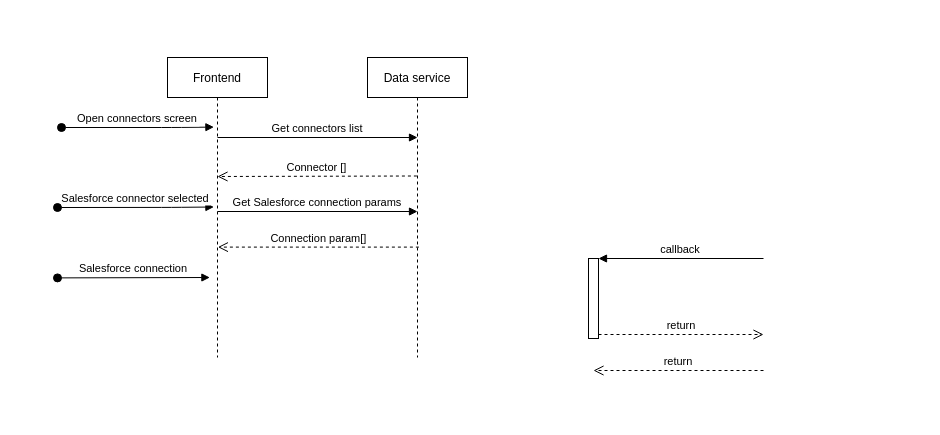
Above: Untitled Diagram.drawio in tamirble/nice_scripts (draw.io), before the change. Source tidied: cells renumbered, new cells numbered last; positions are measured from the earlier drawing's top-left corner, leaving out a move shared by most shapes. Both pictures are drawn from the tidied source at 100%, with x=0, y=0 at pixel (57, 57).
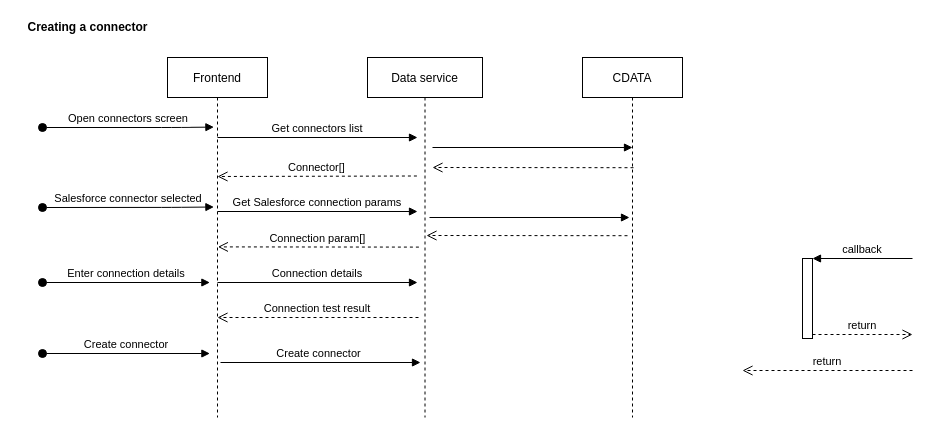
Above is the later version.

Diff of the diagram source:
```diff
@@
     <mxCell id="2" value="Frontend" style="shape=umlLifeline;perimeter=lifelinePerimeter;rounded=0;shadow=0;strokeWidth=1;" parent="1" vertex="1">
-      <mxGeometry x="110" width="100" height="300" as="geometry" />
+      <mxGeometry x="110" width="100" height="360" as="geometry" />
     </mxCell>
     <mxCell id="3" style="points=[];perimeter=orthogonalPerimeter;rounded=0;shadow=0;strokeWidth=1;" parent="2" vertex="1">
-      <mxGeometry x="421" y="201" width="10" height="80" as="geometry" />
+      <mxGeometry x="635" y="201" width="10" height="80" as="geometry" />
     </mxCell>
     <mxCell id="4" value="Data service" style="shape=umlLifeline;perimeter=lifelinePerimeter;rounded=0;shadow=0;strokeWidth=1;" parent="1" vertex="1">
-      <mxGeometry x="310" width="100" height="300" as="geometry" />
+      <mxGeometry x="310" width="115" height="360" as="geometry" />
     </mxCell>
+    <mxCell id="15" value="Connection test result" style="verticalAlign=bottom;endArrow=open;dashed=1;endSize=8;shadow=0;strokeWidth=1;entryX=0.504;entryY=0.632;entryDx=0;entryDy=0;entryPerimeter=0;exitX=0.514;exitY=0.632;exitDx=0;exitDy=0;exitPerimeter=0;" parent="4" edge="1">
+      <mxGeometry relative="1" as="geometry">
+        <mxPoint x="51" y="260" as="sourcePoint" />
+        <mxPoint x="-150" y="260" as="targetPoint" />
+      </mxGeometry>
+    </mxCell>
     <mxCell id="5" value="return" style="verticalAlign=bottom;endArrow=open;dashed=1;endSize=8;exitX=0;exitY=0.95;shadow=0;strokeWidth=1;" parent="1" edge="1">
       <mxGeometry relative="1" as="geometry">
-        <mxPoint x="706" y="313" as="sourcePoint" />
-        <mxPoint x="536" y="313" as="targetPoint" />
+        <mxPoint x="855" y="313" as="sourcePoint" />
+        <mxPoint x="685" y="313" as="targetPoint" />
       </mxGeometry>
     </mxCell>
@@
     <mxCell id="7" value="callback" style="verticalAlign=bottom;endArrow=block;entryX=1;entryY=0;shadow=0;strokeWidth=1;" parent="1" edge="1" target="3">
       <mxGeometry relative="1" as="geometry">
-        <mxPoint x="706" y="201" as="sourcePoint" />
+        <mxPoint x="855" y="201" as="sourcePoint" />
       </mxGeometry>
     </mxCell>
     <mxCell id="8" value="return" style="verticalAlign=bottom;endArrow=open;dashed=1;endSize=8;exitX=1;exitY=0.95;shadow=0;strokeWidth=1;" parent="1" edge="1" source="3">
       <mxGeometry relative="1" as="geometry">
-        <mxPoint x="706" y="277" as="targetPoint" />
+        <mxPoint x="855" y="277" as="targetPoint" />
       </mxGeometry>
     </mxCell>
-    <mxCell id="9" value="Connector []" style="verticalAlign=bottom;endArrow=open;dashed=1;endSize=8;exitX=0.494;exitY=0.395;shadow=0;strokeWidth=1;exitDx=0;exitDy=0;exitPerimeter=0;" parent="1" edge="1" source="4">
+    <mxCell id="9" value="Connector[]" style="verticalAlign=bottom;endArrow=open;dashed=1;endSize=8;exitX=0.494;exitY=0.395;shadow=0;strokeWidth=1;exitDx=0;exitDy=0;exitPerimeter=0;" parent="1" edge="1">
       <mxGeometry relative="1" as="geometry">
+        <mxPoint x="359.4" y="118.5" as="sourcePoint" />
         <mxPoint x="160" y="119" as="targetPoint" />
       </mxGeometry>
     </mxCell>
     <mxCell id="10" value="Open connectors screen" style="verticalAlign=bottom;startArrow=oval;endArrow=block;startSize=8;shadow=0;strokeWidth=1;entryX=0.524;entryY=0.232;entryDx=0;entryDy=0;entryPerimeter=0;" parent="1" edge="1">
       <mxGeometry relative="1" as="geometry">
-        <mxPoint x="4" y="70" as="sourcePoint" />
+        <mxPoint x="-15" y="70" as="sourcePoint" />
         <mxPoint x="156.4" y="69.6" as="targetPoint" />
         <Array as="points">
           <mxPoint x="114" y="70" />
         </Array>
       </mxGeometry>
     </mxCell>
     <mxCell id="11" value="Salesforce connector selected" style="verticalAlign=bottom;startArrow=oval;endArrow=block;startSize=8;shadow=0;strokeWidth=1;entryX=0.524;entryY=0.232;entryDx=0;entryDy=0;entryPerimeter=0;" parent="1" edge="1">
       <mxGeometry relative="1" as="geometry">
-        <mxPoint y="150" as="sourcePoint" />
+        <mxPoint x="-15" y="150" as="sourcePoint" />
         <mxPoint x="156.4" y="149.5" as="targetPoint" />
         <Array as="points">
           <mxPoint x="114" y="149.9" />
         </Array>
       </mxGeometry>
     </mxCell>
@@
-    <mxCell id="13" value="Connection param[]" style="verticalAlign=bottom;endArrow=open;dashed=1;endSize=8;shadow=0;strokeWidth=1;entryX=0.504;entryY=0.632;entryDx=0;entryDy=0;entryPerimeter=0;exitX=0.514;exitY=0.632;exitDx=0;exitDy=0;exitPerimeter=0;" parent="1" edge="1" source="4" target="2">
-      <mxGeometry relative="1" as="geometry" />
+    <mxCell id="13" value="Connection param[]" style="verticalAlign=bottom;endArrow=open;dashed=1;endSize=8;shadow=0;strokeWidth=1;entryX=0.504;entryY=0.451;entryDx=0;entryDy=0;entryPerimeter=0;exitX=0.514;exitY=0.632;exitDx=0;exitDy=0;exitPerimeter=0;" parent="1" edge="1">
+      <mxGeometry relative="1" as="geometry">
+        <mxPoint x="361.4" y="189.6" as="sourcePoint" />
+        <mxPoint x="160.4" y="189.4" as="targetPoint" />
+      </mxGeometry>
     </mxCell>
-    <mxCell id="14" value="Salesforce connection" style="verticalAlign=bottom;startArrow=oval;endArrow=block;startSize=8;shadow=0;strokeWidth=1;entryX=0.524;entryY=0.232;entryDx=0;entryDy=0;entryPerimeter=0;" parent="1" edge="1">
+    <mxCell id="14" value="Enter connection details" style="verticalAlign=bottom;startArrow=oval;endArrow=block;startSize=8;shadow=0;strokeWidth=1;entryX=0.524;entryY=0.232;entryDx=0;entryDy=0;entryPerimeter=0;" parent="1" edge="1">
       <mxGeometry relative="1" as="geometry">
-        <mxPoint y="220.4" as="sourcePoint" />
-        <mxPoint x="152.4" y="220" as="targetPoint" />
+        <mxPoint x="-15" y="225" as="sourcePoint" />
+        <mxPoint x="152.4" y="225" as="targetPoint" />
       </mxGeometry>
     </mxCell>
+    <mxCell id="16" value="Connection details" style="verticalAlign=bottom;endArrow=block;shadow=0;strokeWidth=1;" parent="1" edge="1">
+      <mxGeometry relative="1" as="geometry">
+        <mxPoint x="160" y="225" as="sourcePoint" />
+        <mxPoint x="360" y="225" as="targetPoint" />
+      </mxGeometry>
+    </mxCell>
+    <mxCell id="17" value="Create connector" style="verticalAlign=bottom;startArrow=oval;endArrow=block;startSize=8;shadow=0;strokeWidth=1;entryX=0.524;entryY=0.232;entryDx=0;entryDy=0;entryPerimeter=0;" parent="1" edge="1">
+      <mxGeometry relative="1" as="geometry">
+        <mxPoint x="-15" y="296" as="sourcePoint" />
+        <mxPoint x="152.4" y="296" as="targetPoint" />
+      </mxGeometry>
+    </mxCell>
+    <mxCell id="18" value="Create connector " style="verticalAlign=bottom;endArrow=block;shadow=0;strokeWidth=1;" parent="1" edge="1">
+      <mxGeometry relative="1" as="geometry">
+        <mxPoint x="163" y="305" as="sourcePoint" />
+        <mxPoint x="363" y="305" as="targetPoint" />
+      </mxGeometry>
+    </mxCell>
+    <mxCell id="19" value="CDATA" style="shape=umlLifeline;perimeter=lifelinePerimeter;rounded=0;shadow=0;strokeWidth=1;" parent="1" vertex="1">
+      <mxGeometry x="525" width="100" height="360" as="geometry" />
+    </mxCell>
+    <mxCell id="20" value=" " style="verticalAlign=bottom;endArrow=block;shadow=0;strokeWidth=1;" parent="1" edge="1">
+      <mxGeometry relative="1" as="geometry">
+        <mxPoint x="372" y="160" as="sourcePoint" />
+        <mxPoint x="572" y="160" as="targetPoint" />
+      </mxGeometry>
+    </mxCell>
+    <mxCell id="21" value=" " style="verticalAlign=bottom;endArrow=open;dashed=1;endSize=8;shadow=0;strokeWidth=1;entryX=0.504;entryY=0.451;entryDx=0;entryDy=0;entryPerimeter=0;exitX=0.514;exitY=0.632;exitDx=0;exitDy=0;exitPerimeter=0;" parent="1" edge="1">
+      <mxGeometry relative="1" as="geometry">
+        <mxPoint x="570" y="178.2" as="sourcePoint" />
+        <mxPoint x="369" y="178" as="targetPoint" />
+      </mxGeometry>
+    </mxCell>
+    <mxCell id="22" value=" " style="verticalAlign=bottom;endArrow=block;shadow=0;strokeWidth=1;" parent="1" edge="1">
+      <mxGeometry relative="1" as="geometry">
+        <mxPoint x="375" y="90" as="sourcePoint" />
+        <mxPoint x="575" y="90" as="targetPoint" />
+      </mxGeometry>
+    </mxCell>
+    <mxCell id="23" value=" " style="verticalAlign=bottom;endArrow=open;dashed=1;endSize=8;shadow=0;strokeWidth=1;entryX=0.504;entryY=0.451;entryDx=0;entryDy=0;entryPerimeter=0;exitX=0.514;exitY=0.632;exitDx=0;exitDy=0;exitPerimeter=0;" parent="1" edge="1">
+      <mxGeometry relative="1" as="geometry">
+        <mxPoint x="576" y="110.2" as="sourcePoint" />
+        <mxPoint x="375" y="110" as="targetPoint" />
+      </mxGeometry>
+    </mxCell>
+    <mxCell id="24" value="Creating a connector" style="text;html=1;align=center;verticalAlign=middle;fillColor=none;strokeColor=none;rounded=0;fontStyle=1;" parent="1" vertex="1">
+      <mxGeometry x="-40" y="-40" width="140" height="20" as="geometry" />
+    </mxCell>
```
